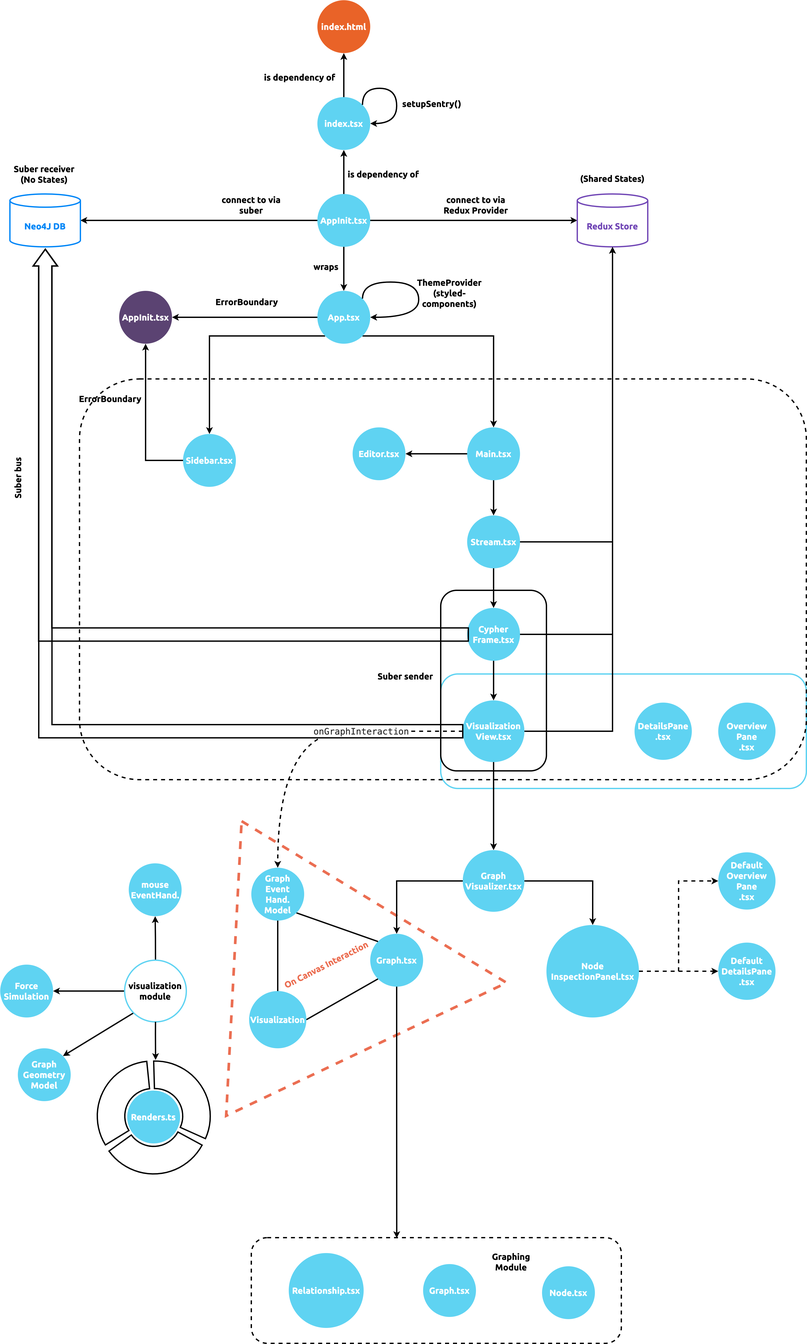
Above: docs/modules/ROOT/images/neo4j-browser.png in QubitPi/neo4j-browser (draw.io), before the change. Source tidied: cells renumbered, new cells last; positions are measured from the earlier drawing's top-left corner, leaving out a move shared by most shapes.
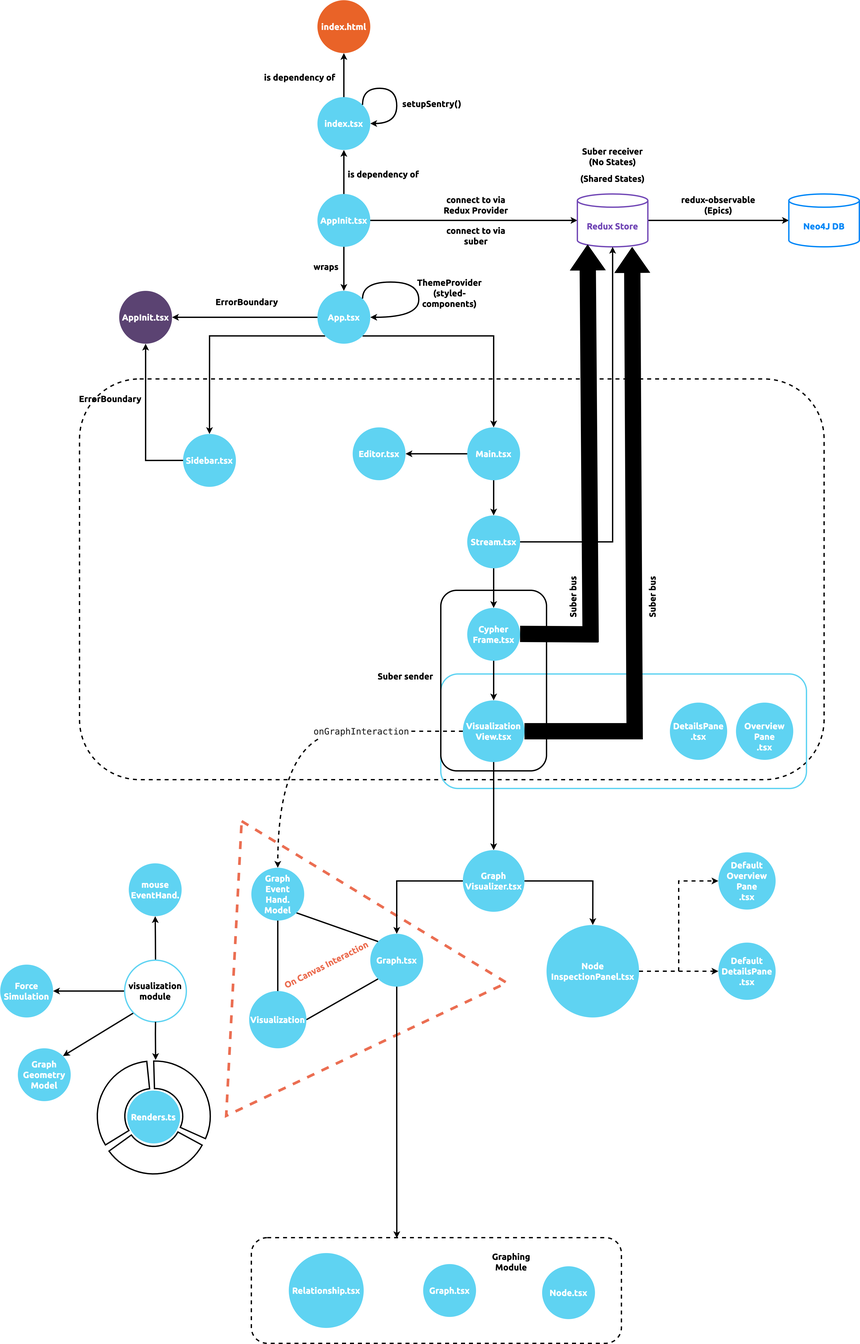
The same diagram one commit later.

Commit message:
Add study notes on Suber + Epics (#56)

What changed in the source:
```diff
@@ -2,6 +2,9 @@
   <root>
     <mxCell id="0" />
     <mxCell id="1" parent="0" />
+    <mxCell id="6" style="rounded=1;whiteSpace=wrap;html=1;fillColor=none;strokeWidth=3;dashed=1;" parent="1" vertex="1">
+      <mxGeometry x="230" y="860" width="1690" height="910" as="geometry" />
+    </mxCell>
     <mxCell id="2" style="rounded=1;whiteSpace=wrap;html=1;fillColor=none;strokeColor=#5FD3F2;strokeWidth=3;" parent="1" vertex="1">
       <mxGeometry x="1050" y="1530" width="830" height="260" as="geometry" />
     </mxCell>
@@ -14,9 +17,6 @@
     <mxCell id="5" style="rounded=1;whiteSpace=wrap;html=1;fillColor=none;strokeWidth=3;dashed=1;" parent="1" vertex="1">
       <mxGeometry x="620" y="2810" width="840" height="240" as="geometry" />
     </mxCell>
-    <mxCell id="6" style="rounded=1;whiteSpace=wrap;html=1;fillColor=none;strokeWidth=3;dashed=1;" parent="1" vertex="1">
-      <mxGeometry x="230" y="860" width="1650" height="910" as="geometry" />
-    </mxCell>
     <mxCell id="7" value="&lt;font size=&quot;1&quot; face=&quot;Ubuntu&quot;&gt;&lt;b style=&quot;font-size: 20px;&quot;&gt;Graphing Module&lt;/b&gt;&lt;/font&gt;" style="text;html=1;strokeColor=none;fillColor=none;align=center;verticalAlign=middle;whiteSpace=wrap;rounded=0;" parent="1" vertex="1">
       <mxGeometry x="1180" y="2850" width="60" height="30" as="geometry" />
     </mxCell>
@@ -47,9 +47,6 @@
     <mxCell id="14" style="edgeStyle=orthogonalEdgeStyle;rounded=0;jettySize=auto;html=1;exitX=1;exitY=0.5;exitDx=0;exitDy=0;entryX=0;entryY=0.5;entryDx=0;entryDy=0;entryPerimeter=0;strokeWidth=3;" parent="1" edge="1" source="17" target="25">
       <mxGeometry relative="1" as="geometry" />
     </mxCell>
-    <mxCell id="15" style="edgeStyle=orthogonalEdgeStyle;rounded=0;jettySize=auto;html=1;exitX=0;exitY=0.5;exitDx=0;exitDy=0;strokeWidth=3;" parent="1" edge="1" source="17" target="27">
-      <mxGeometry relative="1" as="geometry" />
-    </mxCell>
     <mxCell id="16" style="edgeStyle=orthogonalEdgeStyle;rounded=0;jettySize=auto;html=1;exitX=0.5;exitY=1;exitDx=0;exitDy=0;entryX=0.5;entryY=0;entryDx=0;entryDy=0;strokeWidth=3;" parent="1" edge="1" source="17" target="21">
       <mxGeometry relative="1" as="geometry" />
     </mxCell>
@@ -77,18 +74,15 @@
     <mxCell id="24" value="&lt;font face=&quot;Ubuntu&quot;&gt;&lt;span style=&quot;font-size: 20px;&quot;&gt;&lt;b&gt;is dependency of&lt;/b&gt;&lt;/span&gt;&lt;/font&gt;" style="text;html=1;strokeColor=none;fillColor=none;align=center;verticalAlign=middle;whiteSpace=wrap;rounded=0;" parent="1" vertex="1">
       <mxGeometry x="640" y="160" width="180" height="30" as="geometry" />
     </mxCell>
+    <mxCell id="92" style="edgeStyle=orthogonalEdgeStyle;rounded=0;jettySize=auto;html=1;exitX=1;exitY=0.5;exitDx=0;exitDy=0;exitPerimeter=0;strokeWidth=3;" parent="1" edge="1" source="25" target="27">
+      <mxGeometry relative="1" as="geometry" />
+    </mxCell>
     <mxCell id="25" value="&lt;font color=&quot;#7248b6&quot; style=&quot;font-size: 20px;&quot; face=&quot;Ubuntu&quot;&gt;&lt;b&gt;Redux Store&lt;/b&gt;&lt;/font&gt;" style="shape=cylinder3;whiteSpace=wrap;html=1;boundedLbl=1;backgroundOutline=1;size=15;fillColor=none;strokeColor=#7248B6;strokeWidth=3;" parent="1" vertex="1">
       <mxGeometry x="1360" y="440" width="160" height="120" as="geometry" />
     </mxCell>
     <mxCell id="26" value="&lt;font face=&quot;Ubuntu&quot;&gt;&lt;span style=&quot;font-size: 20px;&quot;&gt;&lt;b&gt;connect to via Redux Provider&lt;/b&gt;&lt;/span&gt;&lt;/font&gt;" style="text;html=1;strokeColor=none;fillColor=none;align=center;verticalAlign=middle;whiteSpace=wrap;rounded=0;" parent="1" vertex="1">
       <mxGeometry x="1040" y="450" width="180" height="30" as="geometry" />
     </mxCell>
-    <mxCell id="27" value="&lt;font color=&quot;#0086f7&quot; style=&quot;font-size: 20px;&quot; face=&quot;Ubuntu&quot;&gt;&lt;b style=&quot;&quot;&gt;Neo4J DB&lt;/b&gt;&lt;/font&gt;" style="shape=cylinder3;whiteSpace=wrap;html=1;boundedLbl=1;backgroundOutline=1;size=15;fillColor=none;strokeColor=#0086F7;strokeWidth=3;" parent="1" vertex="1">
-      <mxGeometry x="72" y="440" width="160" height="120" as="geometry" />
-    </mxCell>
-    <mxCell id="28" value="&lt;font face=&quot;Ubuntu&quot;&gt;&lt;span style=&quot;font-size: 20px;&quot;&gt;&lt;b&gt;connect to via suber&lt;/b&gt;&lt;/span&gt;&lt;/font&gt;" style="text;html=1;strokeColor=none;fillColor=none;align=center;verticalAlign=middle;whiteSpace=wrap;rounded=0;" parent="1" vertex="1">
-      <mxGeometry x="530" y="450" width="180" height="30" as="geometry" />
-    </mxCell>
     <mxCell id="29" value="&lt;font color=&quot;#ffffff&quot; style=&quot;font-size: 20px;&quot; face=&quot;Ubuntu&quot;&gt;&lt;b&gt;AppInit.tsx&lt;/b&gt;&lt;/font&gt;" style="ellipse;whiteSpace=wrap;html=1;strokeColor=none;fillColor=#5B4372;" parent="1" vertex="1">
       <mxGeometry x="320" y="660" width="120" height="120" as="geometry" />
     </mxCell>
@@ -137,18 +131,12 @@
     <mxCell id="42" value="&lt;font color=&quot;#ffffff&quot; style=&quot;font-size: 20px;&quot; face=&quot;Ubuntu&quot;&gt;&lt;b&gt;Stream.tsx&lt;/b&gt;&lt;/font&gt;" style="ellipse;whiteSpace=wrap;html=1;strokeColor=none;fillColor=#5FD3F2;" parent="1" vertex="1">
       <mxGeometry x="1110" y="1170" width="120" height="120" as="geometry" />
     </mxCell>
-    <mxCell id="43" style="edgeStyle=orthogonalEdgeStyle;rounded=0;jettySize=auto;html=1;exitX=1;exitY=0.5;exitDx=0;exitDy=0;entryX=0.5;entryY=1;entryDx=0;entryDy=0;entryPerimeter=0;strokeWidth=3;" parent="1" edge="1" source="45" target="25">
-      <mxGeometry relative="1" as="geometry" />
-    </mxCell>
     <mxCell id="44" style="edgeStyle=orthogonalEdgeStyle;rounded=0;jettySize=auto;html=1;exitX=0.5;exitY=1;exitDx=0;exitDy=0;entryX=0.5;entryY=0;entryDx=0;entryDy=0;strokeWidth=3;" parent="1" edge="1" source="45" target="49">
       <mxGeometry relative="1" as="geometry" />
     </mxCell>
     <mxCell id="45" value="&lt;font color=&quot;#ffffff&quot; style=&quot;font-size: 20px;&quot; face=&quot;Ubuntu&quot;&gt;&lt;b&gt;Cypher&lt;br&gt;Frame.tsx&lt;/b&gt;&lt;/font&gt;" style="ellipse;whiteSpace=wrap;html=1;strokeColor=none;fillColor=#5FD3F2;" parent="1" vertex="1">
       <mxGeometry x="1110" y="1380" width="120" height="120" as="geometry" />
     </mxCell>
-    <mxCell id="46" style="edgeStyle=orthogonalEdgeStyle;rounded=0;jettySize=auto;html=1;exitX=1;exitY=0.5;exitDx=0;exitDy=0;strokeWidth=3;" parent="1" edge="1" source="49" target="25">
-      <mxGeometry relative="1" as="geometry" />
-    </mxCell>
     <mxCell id="47" style="edgeStyle=orthogonalEdgeStyle;rounded=0;jettySize=auto;html=1;exitX=0.5;exitY=1;exitDx=0;exitDy=0;entryX=0.5;entryY=0;entryDx=0;entryDy=0;strokeWidth=3;" parent="1" edge="1" source="49" target="52">
       <mxGeometry relative="1" as="geometry" />
     </mxCell>
@@ -257,23 +245,17 @@
     <mxCell id="82" value="&lt;font face=&quot;Ubuntu&quot;&gt;&lt;span style=&quot;font-size: 20px;&quot;&gt;&lt;b&gt;(Shared States)&lt;/b&gt;&lt;/span&gt;&lt;/font&gt;" style="text;html=1;strokeColor=none;fillColor=none;align=center;verticalAlign=middle;whiteSpace=wrap;rounded=0;" parent="1" vertex="1">
       <mxGeometry x="1350" y="390" width="180" height="30" as="geometry" />
     </mxCell>
-    <mxCell id="83" style="html=1;shadow=0;dashed=0;align=center;verticalAlign=middle;shape=mxgraph.arrows2.bendArrow;dy=15;dx=38;notch=0;arrowHead=55;rounded=0;strokeWidth=3;rotation=-90;fillColor=none;" parent="1" vertex="1">
-      <mxGeometry x="57.7" y="632.7" width="1109.7" height="975" as="geometry" />
-    </mxCell>
     <mxCell id="84" value="&lt;font face=&quot;Ubuntu&quot;&gt;&lt;span style=&quot;font-size: 20px;&quot;&gt;&lt;b&gt;Suber bus&lt;/b&gt;&lt;/span&gt;&lt;/font&gt;" style="text;html=1;strokeColor=none;fillColor=none;align=center;verticalAlign=middle;whiteSpace=wrap;rounded=0;rotation=-90;" parent="1" vertex="1">
-      <mxGeometry y="1070" width="180" height="30" as="geometry" />
+      <mxGeometry x="1260" y="1340" width="180" height="30" as="geometry" />
     </mxCell>
-    <mxCell id="85" style="html=1;shadow=0;dashed=0;align=center;verticalAlign=middle;shape=mxgraph.arrows2.bendArrow;dy=15;dx=38;notch=0;arrowHead=55;rounded=0;strokeWidth=3;rotation=-90;fillColor=none;" parent="1" vertex="1">
-      <mxGeometry x="173.8" y="516.5" width="889.7" height="988" as="geometry" />
-    </mxCell>
     <mxCell id="86" value="&lt;font face=&quot;Ubuntu&quot;&gt;&lt;span style=&quot;font-size: 20px;&quot;&gt;&lt;b&gt;Suber receiver&lt;br&gt;(No States)&lt;br&gt;&lt;/b&gt;&lt;/span&gt;&lt;/font&gt;" style="text;html=1;strokeColor=none;fillColor=none;align=center;verticalAlign=middle;whiteSpace=wrap;rounded=0;rotation=0;" parent="1" vertex="1">
-      <mxGeometry x="60" y="380" width="180" height="30" as="geometry" />
+      <mxGeometry x="1350" y="340" width="180" height="30" as="geometry" />
     </mxCell>
     <mxCell id="87" value="&lt;font face=&quot;Ubuntu&quot;&gt;&lt;span style=&quot;font-size: 20px;&quot;&gt;&lt;b&gt;Suber sender&lt;br&gt;&lt;/b&gt;&lt;/span&gt;&lt;/font&gt;" style="text;html=1;strokeColor=none;fillColor=none;align=center;verticalAlign=middle;whiteSpace=wrap;rounded=0;rotation=0;" parent="1" vertex="1">
       <mxGeometry x="880" y="1520" width="180" height="30" as="geometry" />
     </mxCell>
     <mxCell id="88" value="&lt;font face=&quot;Ubuntu&quot; color=&quot;#ffffff&quot;&gt;&lt;span style=&quot;font-size: 20px;&quot;&gt;&lt;b&gt;DetailsPane&lt;br&gt;.tsx&lt;/b&gt;&lt;/span&gt;&lt;/font&gt;" style="ellipse;whiteSpace=wrap;html=1;strokeColor=none;fillColor=#5FD3F2;" parent="1" vertex="1">
-      <mxGeometry x="1490" y="1595" width="130" height="130" as="geometry" />
+      <mxGeometry x="1570" y="1595" width="130" height="130" as="geometry" />
     </mxCell>
     <mxCell id="89" value="&lt;font face=&quot;Ubuntu&quot; color=&quot;#ffffff&quot;&gt;&lt;span style=&quot;font-size: 20px;&quot;&gt;&lt;b&gt;Default&lt;br&gt;DetailsPane&lt;br&gt;.tsx&lt;/b&gt;&lt;/span&gt;&lt;/font&gt;" style="ellipse;whiteSpace=wrap;html=1;strokeColor=none;fillColor=#5FD3F2;" parent="1" vertex="1">
       <mxGeometry x="1680" y="2140" width="130" height="130" as="geometry" />
@@ -282,7 +264,34 @@
       <mxGeometry x="1680" y="1935" width="130" height="130" as="geometry" />
     </mxCell>
     <mxCell id="91" value="&lt;font face=&quot;Ubuntu&quot; color=&quot;#ffffff&quot;&gt;&lt;span style=&quot;font-size: 20px;&quot;&gt;&lt;b&gt;&lt;br&gt;Overview&lt;br&gt;Pane&lt;br&gt;.tsx&lt;/b&gt;&lt;/span&gt;&lt;/font&gt;" style="ellipse;whiteSpace=wrap;html=1;strokeColor=none;fillColor=#5FD3F2;" parent="1" vertex="1">
-      <mxGeometry x="1680" y="1595" width="130" height="130" as="geometry" />
+      <mxGeometry x="1720" y="1595" width="130" height="130" as="geometry" />
     </mxCell>
+    <mxCell id="46" style="shape=flexArrow;endArrow=classic;html=1;rounded=0;entryX=0.777;entryY=1.011;entryDx=0;entryDy=0;entryPerimeter=0;exitX=1;exitY=0.5;exitDx=0;exitDy=0;width=32;endSize=17.30666666666667;strokeWidth=3;endWidth=39.111111111111114;fillColor=#000000;" parent="1" edge="1" source="49" target="25">
+      <mxGeometry relative="1" as="geometry">
+        <Array as="points">
+          <mxPoint x="1490" y="1660" />
+        </Array>
+      </mxGeometry>
+    </mxCell>
+    <mxCell id="93" style="shape=flexArrow;endArrow=classic;html=1;rounded=0;entryX=0.145;entryY=1;entryDx=0;entryDy=-4.35;entryPerimeter=0;exitX=1;exitY=0.5;exitDx=0;exitDy=0;width=32;endSize=17.30666666666667;strokeWidth=3;endWidth=39.111111111111114;strokeColor=#000000;fillColor=#000000;" parent="1" edge="1" target="25">
+      <mxGeometry relative="1" as="geometry">
+        <mxPoint x="1230" y="1439" as="sourcePoint" />
+        <Array as="points">
+          <mxPoint x="1390" y="1440" />
+        </Array>
+      </mxGeometry>
+    </mxCell>
+    <mxCell id="94" value="&lt;font face=&quot;Ubuntu&quot;&gt;&lt;span style=&quot;font-size: 20px;&quot;&gt;&lt;b&gt;Suber bus&lt;/b&gt;&lt;/span&gt;&lt;/font&gt;" style="text;html=1;strokeColor=none;fillColor=none;align=center;verticalAlign=middle;whiteSpace=wrap;rounded=0;rotation=-90;" parent="1" vertex="1">
+      <mxGeometry x="1440" y="1340" width="180" height="30" as="geometry" />
+    </mxCell>
+    <mxCell id="28" value="&lt;font face=&quot;Ubuntu&quot;&gt;&lt;span style=&quot;font-size: 20px;&quot;&gt;&lt;b&gt;connect to via suber&lt;/b&gt;&lt;/span&gt;&lt;/font&gt;" style="text;html=1;strokeColor=none;fillColor=none;align=center;verticalAlign=middle;whiteSpace=wrap;rounded=0;" parent="1" vertex="1">
+      <mxGeometry x="1040" y="520" width="180" height="30" as="geometry" />
+    </mxCell>
+    <mxCell id="27" value="&lt;font color=&quot;#0086f7&quot; style=&quot;font-size: 20px;&quot; face=&quot;Ubuntu&quot;&gt;&lt;b style=&quot;&quot;&gt;Neo4J DB&lt;/b&gt;&lt;/font&gt;" style="shape=cylinder3;whiteSpace=wrap;html=1;boundedLbl=1;backgroundOutline=1;size=15;fillColor=none;strokeColor=#0086F7;strokeWidth=3;" parent="1" vertex="1">
+      <mxGeometry x="1840" y="440" width="160" height="120" as="geometry" />
+    </mxCell>
+    <mxCell id="95" value="&lt;font face=&quot;Ubuntu&quot;&gt;&lt;span style=&quot;font-size: 20px;&quot;&gt;&lt;b&gt;redux-observable&lt;/b&gt;&lt;/span&gt;&lt;/font&gt;&lt;div&gt;&lt;font face=&quot;Ubuntu&quot;&gt;&lt;span style=&quot;font-size: 20px;&quot;&gt;&lt;b&gt;(Epics)&lt;/b&gt;&lt;/span&gt;&lt;/font&gt;&lt;/div&gt;" style="text;html=1;strokeColor=none;fillColor=none;align=center;verticalAlign=middle;whiteSpace=wrap;rounded=0;rotation=0;" parent="1" vertex="1">
+      <mxGeometry x="1590" y="450" width="180" height="30" as="geometry" />
+    </mxCell>
   </root>
 </mxGraphModel>
```
